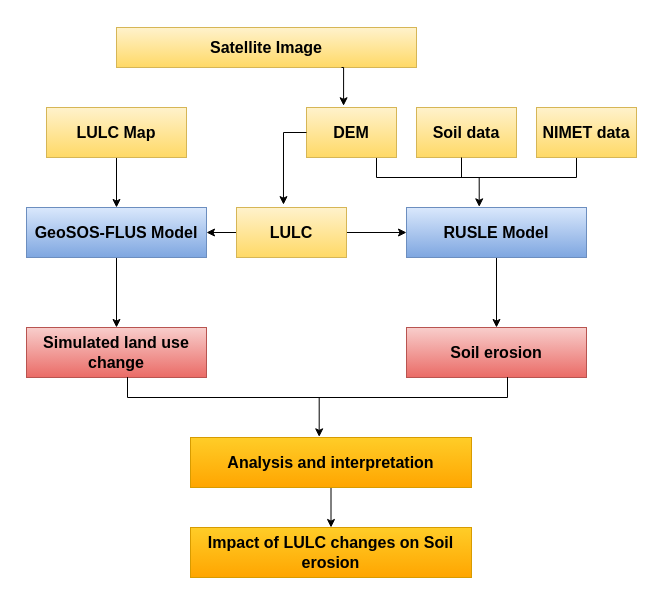
Earlier version of the draw.io diagram GWA_SE.drawio (yemioke/PRISMA2020). Source tidied: cells renumbered, new cells numbered last; positions are measured from the earlier drawing's top-left corner, leaving out a move shared by most shapes. Both pictures are drawn from the tidied source at 100%, with x=0, y=0 at pixel (26, 27).
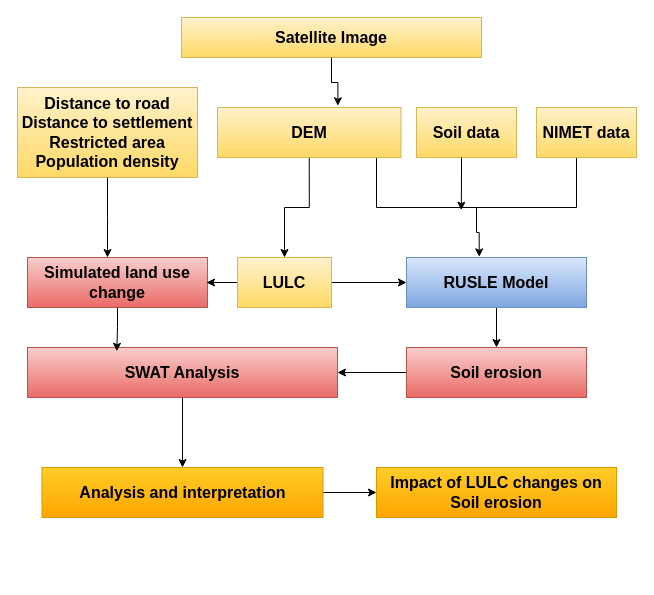
After the change.

The change refers to these unchanged cells:
```xml
<mxCell id="14" style="line;strokeWidth=1;direction=south;html=1;" parent="1" vertex="1">
  <mxGeometry x="430" y="130" width="10" height="20" as="geometry" />
</mxCell>
```

Diff of the diagram source:
```diff
@@
     <mxCell id="2" value="&lt;font style=&quot;font-size: 16px;&quot;&gt;&lt;b&gt;Satellite Image&lt;/b&gt;&lt;/font&gt;" style="rounded=0;whiteSpace=wrap;html=1;fillColor=#fff2cc;gradientColor=#ffd966;strokeColor=#d6b656;" parent="1" vertex="1">
-      <mxGeometry x="90" width="300" height="40" as="geometry" />
+      <mxGeometry x="155" y="-10" width="300" height="40" as="geometry" />
     </mxCell>
-    <mxCell id="3" style="edgeStyle=orthogonalEdgeStyle;rounded=0;jettySize=auto;html=1;exitX=0.5;exitY=1;exitDx=0;exitDy=0;entryX=0.5;entryY=0;entryDx=0;entryDy=0;" parent="1" edge="1" source="4" target="8">
-      <mxGeometry relative="1" as="geometry" />
-    </mxCell>
-    <mxCell id="4" value="&lt;span style=&quot;font-size: 16px;&quot;&gt;&lt;b&gt;LULC Map&lt;/b&gt;&lt;/span&gt;" style="rounded=0;whiteSpace=wrap;html=1;fillColor=#fff2cc;gradientColor=#ffd966;strokeColor=#d6b656;" parent="1" vertex="1">
-      <mxGeometry x="20" y="80" width="140" height="50" as="geometry" />
+    <mxCell id="4" value="&lt;span style=&quot;font-size: 16px;&quot;&gt;&lt;b&gt;Distance to road&lt;/b&gt;&lt;/span&gt;&lt;div&gt;&lt;span style=&quot;font-size: 16px;&quot;&gt;&lt;b&gt;Distance to settlement&lt;/b&gt;&lt;/span&gt;&lt;/div&gt;&lt;div&gt;&lt;span style=&quot;font-size: 16px;&quot;&gt;&lt;b&gt;Restricted area&lt;/b&gt;&lt;/span&gt;&lt;/div&gt;&lt;div&gt;&lt;span style=&quot;font-size: 16px;&quot;&gt;&lt;b&gt;Population density&lt;/b&gt;&lt;/span&gt;&lt;/div&gt;" style="rounded=0;whiteSpace=wrap;html=1;fillColor=#fff2cc;gradientColor=#ffd966;strokeColor=#d6b656;" parent="1" vertex="1">
+      <mxGeometry x="-9" y="60" width="180" height="90" as="geometry" />
     </mxCell>
@@
     <mxCell id="6" value="&lt;span style=&quot;font-size: 16px;&quot;&gt;&lt;b&gt;RUSLE Model&lt;/b&gt;&lt;/span&gt;" style="rounded=0;whiteSpace=wrap;html=1;fillColor=#dae8fc;gradientColor=#7ea6e0;strokeColor=#6c8ebf;" parent="1" vertex="1">
-      <mxGeometry x="380" y="180" width="180" height="50" as="geometry" />
+      <mxGeometry x="380" y="230" width="180" height="50" as="geometry" />
     </mxCell>
-    <mxCell id="7" style="edgeStyle=orthogonalEdgeStyle;rounded=0;jettySize=auto;html=1;exitX=0.5;exitY=1;exitDx=0;exitDy=0;entryX=0.5;entryY=0;entryDx=0;entryDy=0;" parent="1" edge="1" source="8" target="10">
-      <mxGeometry relative="1" as="geometry" />
-    </mxCell>
-    <mxCell id="8" value="&lt;span style=&quot;font-size: 16px;&quot;&gt;&lt;b&gt;GeoSOS-FLUS Model&lt;/b&gt;&lt;/span&gt;" style="rounded=0;whiteSpace=wrap;html=1;fillColor=#dae8fc;gradientColor=#7ea6e0;strokeColor=#6c8ebf;" parent="1" vertex="1">
-      <mxGeometry y="180" width="180" height="50" as="geometry" />
-    </mxCell>
+    <mxCell id="27" style="edgeStyle=orthogonalEdgeStyle;rounded=0;jettySize=auto;html=1;exitX=0;exitY=0.5;exitDx=0;exitDy=0;entryX=1;entryY=0.5;entryDx=0;entryDy=0;" parent="1" edge="1" source="9" target="29">
+      <mxGeometry relative="1" as="geometry" />
+    </mxCell>
     <mxCell id="9" value="&lt;span style=&quot;font-size: 16px;&quot;&gt;&lt;b&gt;Soil erosion&lt;/b&gt;&lt;/span&gt;" style="rounded=0;whiteSpace=wrap;html=1;fillColor=#f8cecc;gradientColor=#ea6b66;strokeColor=#b85450;" parent="1" vertex="1">
-      <mxGeometry x="380" y="300" width="180" height="50" as="geometry" />
+      <mxGeometry x="380" y="320" width="180" height="50" as="geometry" />
     </mxCell>
     <mxCell id="10" value="&lt;span style=&quot;font-size: 16px;&quot;&gt;&lt;b&gt;Simulated land use change&lt;/b&gt;&lt;/span&gt;" style="rounded=0;whiteSpace=wrap;html=1;fillColor=#f8cecc;gradientColor=#ea6b66;strokeColor=#b85450;" parent="1" vertex="1">
-      <mxGeometry y="300" width="180" height="50" as="geometry" />
+      <mxGeometry x="1" y="230" width="180" height="50" as="geometry" />
     </mxCell>
@@
     <mxCell id="12" style="shape=partialRectangle;whiteSpace=wrap;html=1;bottom=1;right=1;left=1;top=0;fillColor=none;routingCenterX=-0.5;" parent="1" vertex="1">
-      <mxGeometry x="350" y="130" width="200" height="20" as="geometry" />
+      <mxGeometry x="350" y="130" width="200" height="50" as="geometry" />
     </mxCell>
@@
+    <mxCell id="21" style="edgeStyle=orthogonalEdgeStyle;rounded=0;jettySize=auto;html=1;exitX=0.5;exitY=1;exitDx=0;exitDy=0;" parent="1" edge="1" source="15" target="20">
+      <mxGeometry relative="1" as="geometry" />
+    </mxCell>
     <mxCell id="15" value="&lt;span style=&quot;font-size: 16px;&quot;&gt;&lt;b&gt;DEM&lt;/b&gt;&lt;/span&gt;" style="rounded=0;whiteSpace=wrap;html=1;fillColor=#fff2cc;gradientColor=#ffd966;strokeColor=#d6b656;" parent="1" vertex="1">
-      <mxGeometry x="280" y="80" width="90" height="50" as="geometry" />
+      <mxGeometry x="191" y="80" width="183.5" height="50" as="geometry" />
     </mxCell>
@@
-    <mxCell id="17" style="edgeStyle=orthogonalEdgeStyle;rounded=0;jettySize=auto;html=1;exitX=0.75;exitY=1;exitDx=0;exitDy=0;entryX=0.412;entryY=-0.035;entryDx=0;entryDy=0;entryPerimeter=0;" parent="1" edge="1" source="2" target="15">
-      <mxGeometry relative="1" as="geometry" />
-    </mxCell>
@@
-    <mxCell id="19" style="edgeStyle=orthogonalEdgeStyle;rounded=0;jettySize=auto;html=1;exitX=0;exitY=0.5;exitDx=0;exitDy=0;entryX=1;entryY=0.5;entryDx=0;entryDy=0;" parent="1" edge="1" source="20" target="8">
-      <mxGeometry relative="1" as="geometry" />
+    <mxCell id="19" style="edgeStyle=orthogonalEdgeStyle;rounded=0;jettySize=auto;html=1;exitX=0;exitY=0.5;exitDx=0;exitDy=0;entryX=1;entryY=0.5;entryDx=0;entryDy=0;" parent="1" edge="1" source="20">
+      <mxGeometry relative="1" as="geometry">
+        <mxPoint x="180" y="255" as="targetPoint" />
+      </mxGeometry>
     </mxCell>
     <mxCell id="20" value="&lt;span style=&quot;font-size: 16px;&quot;&gt;&lt;b&gt;LULC&lt;/b&gt;&lt;/span&gt;" style="rounded=0;whiteSpace=wrap;html=1;fillColor=#fff2cc;gradientColor=#ffd966;strokeColor=#d6b656;" parent="1" vertex="1">
-      <mxGeometry x="210" y="180" width="110" height="50" as="geometry" />
+      <mxGeometry x="211" y="230" width="94" height="50" as="geometry" />
     </mxCell>
-    <mxCell id="21" style="edgeStyle=orthogonalEdgeStyle;rounded=0;jettySize=auto;html=1;exitX=0;exitY=0.5;exitDx=0;exitDy=0;entryX=0.427;entryY=-0.057;entryDx=0;entryDy=0;entryPerimeter=0;" parent="1" edge="1" source="15" target="20">
-      <mxGeometry relative="1" as="geometry" />
-    </mxCell>
-    <mxCell id="22" style="edgeStyle=orthogonalEdgeStyle;rounded=0;jettySize=auto;html=1;exitX=0.5;exitY=1;exitDx=0;exitDy=0;entryX=0.5;entryY=0;entryDx=0;entryDy=0;" parent="1" edge="1" source="23" target="26">
+    <mxCell id="22" style="edgeStyle=orthogonalEdgeStyle;rounded=0;jettySize=auto;html=1;exitX=1;exitY=0.5;exitDx=0;exitDy=0;" parent="1" edge="1" source="23" target="26">
       <mxGeometry relative="1" as="geometry" />
     </mxCell>
     <mxCell id="23" value="&lt;span style=&quot;font-size: 16px;&quot;&gt;&lt;b&gt;Analysis and interpretation&lt;/b&gt;&lt;/span&gt;" style="rounded=0;whiteSpace=wrap;html=1;fillColor=#ffcd28;gradientColor=#ffa500;strokeColor=#d79b00;" parent="1" vertex="1">
-      <mxGeometry x="164" y="410" width="281" height="50" as="geometry" />
+      <mxGeometry x="15.5" y="440" width="281" height="50" as="geometry" />
     </mxCell>
-    <mxCell id="24" style="shape=partialRectangle;whiteSpace=wrap;html=1;bottom=1;right=1;left=1;top=0;fillColor=none;routingCenterX=-0.5;" parent="1" vertex="1">
-      <mxGeometry x="101" y="350" width="380" height="20" as="geometry" />
-    </mxCell>
-    <mxCell id="25" style="edgeStyle=orthogonalEdgeStyle;rounded=0;jettySize=auto;html=1;exitX=0.5;exitY=1;exitDx=0;exitDy=0;entryX=0.458;entryY=-0.013;entryDx=0;entryDy=0;entryPerimeter=0;" parent="1" edge="1" source="24" target="23">
-      <mxGeometry relative="1" as="geometry" />
-    </mxCell>
     <mxCell id="26" value="&lt;span style=&quot;font-size: 16px;&quot;&gt;&lt;b&gt;Impact of LULC changes on Soil erosion&lt;/b&gt;&lt;/span&gt;" style="rounded=0;whiteSpace=wrap;html=1;fillColor=#ffcd28;gradientColor=#ffa500;strokeColor=#d79b00;" parent="1" vertex="1">
-      <mxGeometry x="164" y="500" width="281" height="50" as="geometry" />
+      <mxGeometry x="350" y="440" width="240" height="50" as="geometry" />
     </mxCell>
+    <mxCell id="28" style="edgeStyle=orthogonalEdgeStyle;rounded=0;jettySize=auto;html=1;exitX=0.5;exitY=1;exitDx=0;exitDy=0;entryX=0.5;entryY=0;entryDx=0;entryDy=0;" parent="1" edge="1" source="29" target="23">
+      <mxGeometry relative="1" as="geometry" />
+    </mxCell>
+    <mxCell id="29" value="&lt;span style=&quot;font-size: 16px;&quot;&gt;&lt;b&gt;SWAT Analysis&lt;/b&gt;&lt;/span&gt;" style="rounded=0;whiteSpace=wrap;html=1;fillColor=#f8cecc;gradientColor=#ea6b66;strokeColor=#b85450;" parent="1" vertex="1">
+      <mxGeometry x="1" y="320" width="310" height="50" as="geometry" />
+    </mxCell>
+    <mxCell id="30" style="edgeStyle=orthogonalEdgeStyle;rounded=0;jettySize=auto;html=1;exitX=0.5;exitY=1;exitDx=0;exitDy=0;entryX=0.288;entryY=0.076;entryDx=0;entryDy=0;entryPerimeter=0;" parent="1" edge="1" source="10" target="29">
+      <mxGeometry relative="1" as="geometry" />
+    </mxCell>
+    <mxCell id="31" style="edgeStyle=orthogonalEdgeStyle;rounded=0;jettySize=auto;html=1;exitX=0.5;exitY=1;exitDx=0;exitDy=0;" parent="1" edge="1" source="4">
+      <mxGeometry relative="1" as="geometry">
+        <mxPoint x="81" y="230" as="targetPoint" />
+      </mxGeometry>
+    </mxCell>
+    <mxCell id="32" style="edgeStyle=orthogonalEdgeStyle;rounded=0;jettySize=auto;html=1;exitX=0.75;exitY=0.5;exitDx=0;exitDy=0;exitPerimeter=0;entryX=0.424;entryY=1.054;entryDx=0;entryDy=0;entryPerimeter=0;" parent="1" edge="1" source="14" target="12">
+      <mxGeometry relative="1" as="geometry" />
+    </mxCell>
+    <mxCell id="17" style="edgeStyle=orthogonalEdgeStyle;rounded=0;jettySize=auto;html=1;exitX=0.5;exitY=1;exitDx=0;exitDy=0;entryX=0.656;entryY=-0.035;entryDx=0;entryDy=0;entryPerimeter=0;" parent="1" edge="1" source="2" target="15">
+      <mxGeometry relative="1" as="geometry" />
+    </mxCell>
```
